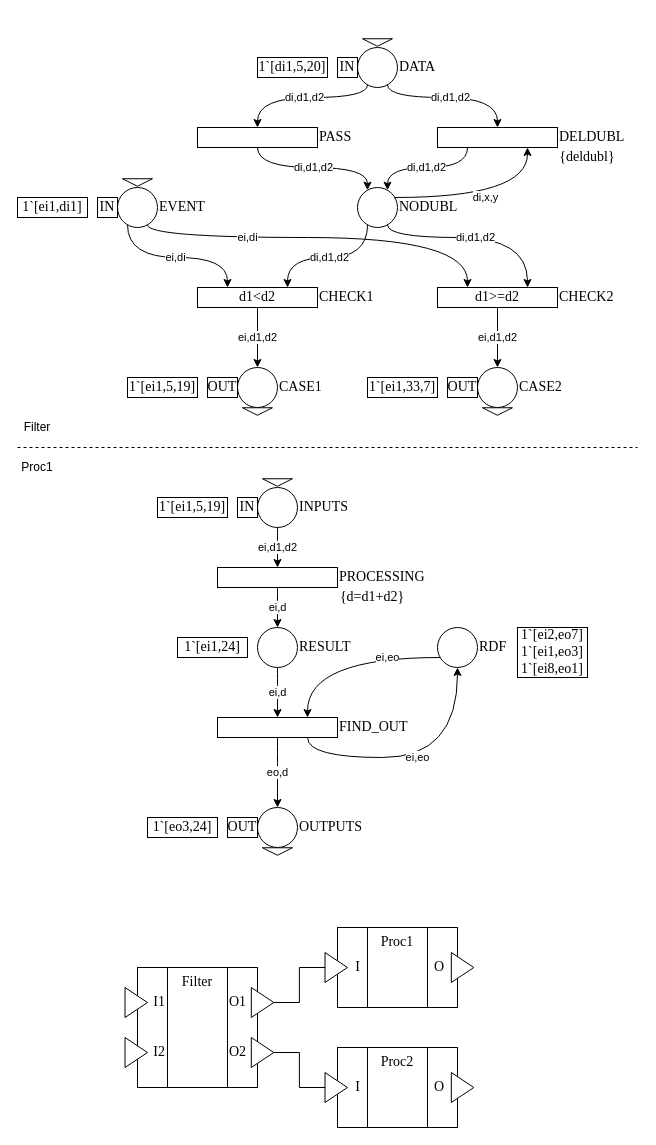
Before: page "Event-Data" (7 of 7) of docs/Experimental-Nets.drawio in valooford/OntoNet-CPN, a draw.io diagram. Source tidied: cells renumbered, new cells numbered last; positions are measured from the earlier drawing's top-left corner, leaving out a move shared by most shapes. Both pictures are drawn from the tidied source at 100%, with x=0, y=0 at pixel (17, 27).
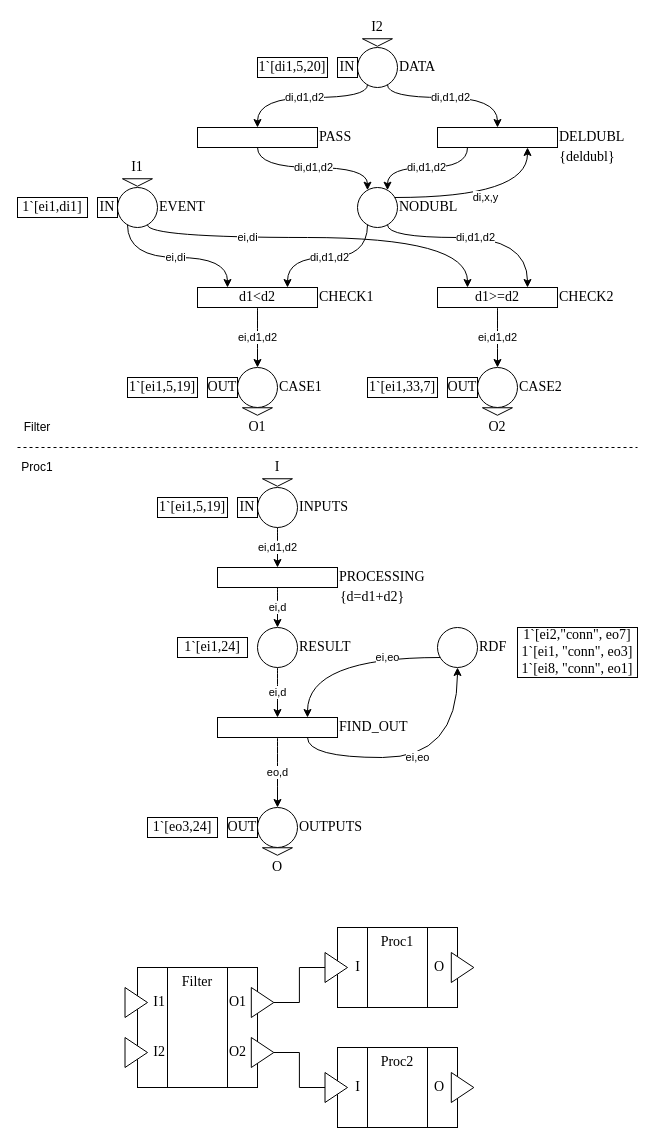
After the change.

Commit message (it also covers changes not shown here):
UML diagrams update and event-data net fixes

What changed in the source:
```diff
@@
-    <mxCell id="52" value="1`[ei2,eo7]&lt;br&gt;1`[ei1,eo3]&lt;br&gt;1`[ei8,eo1]" style="rounded=0;whiteSpace=wrap;html=1;shadow=0;fontFamily=Times New Roman;fontSize=14;" parent="1" vertex="1">
-      <mxGeometry x="500" y="600" width="70" height="50" as="geometry" />
+    <mxCell id="52" value="1`[ei2,&quot;conn&quot;, eo7]&lt;br&gt;1`[ei1, &quot;conn&quot;, eo3]&lt;br&gt;1`[ei8, &quot;conn&quot;, eo1]" style="rounded=0;whiteSpace=wrap;html=1;shadow=0;fontFamily=Times New Roman;fontSize=14;" parent="1" vertex="1">
+      <mxGeometry x="500" y="600" width="120" height="50" as="geometry" />
     </mxCell>
@@
+    <mxCell id="82" value="I2" style="text;html=1;strokeColor=none;fillColor=none;align=center;verticalAlign=middle;whiteSpace=wrap;rounded=0;shadow=0;fontFamily=Times New Roman;fontSize=14;" parent="1" vertex="1">
+      <mxGeometry x="350" y="-10" width="20" height="20" as="geometry" />
+    </mxCell>
+    <mxCell id="83" value="I1" style="text;html=1;strokeColor=none;fillColor=none;align=center;verticalAlign=middle;whiteSpace=wrap;rounded=0;shadow=0;fontFamily=Times New Roman;fontSize=14;" parent="1" vertex="1">
+      <mxGeometry x="110" y="130" width="20" height="20" as="geometry" />
+    </mxCell>
+    <mxCell id="84" value="O1" style="text;html=1;strokeColor=none;fillColor=none;align=center;verticalAlign=middle;whiteSpace=wrap;rounded=0;shadow=0;fontFamily=Times New Roman;fontSize=14;" parent="1" vertex="1">
+      <mxGeometry x="230" y="390" width="20" height="20" as="geometry" />
+    </mxCell>
+    <mxCell id="85" value="O2" style="text;html=1;strokeColor=none;fillColor=none;align=center;verticalAlign=middle;whiteSpace=wrap;rounded=0;shadow=0;fontFamily=Times New Roman;fontSize=14;" parent="1" vertex="1">
+      <mxGeometry x="470" y="390" width="20" height="20" as="geometry" />
+    </mxCell>
+    <mxCell id="86" value="I" style="text;html=1;strokeColor=none;fillColor=none;align=center;verticalAlign=middle;whiteSpace=wrap;rounded=0;shadow=0;fontFamily=Times New Roman;fontSize=14;" parent="1" vertex="1">
+      <mxGeometry x="250" y="430" width="20" height="20" as="geometry" />
+    </mxCell>
+    <mxCell id="87" value="O" style="text;html=1;strokeColor=none;fillColor=none;align=center;verticalAlign=middle;whiteSpace=wrap;rounded=0;shadow=0;fontFamily=Times New Roman;fontSize=14;" parent="1" vertex="1">
+      <mxGeometry x="250" y="830" width="20" height="20" as="geometry" />
+    </mxCell>
```
